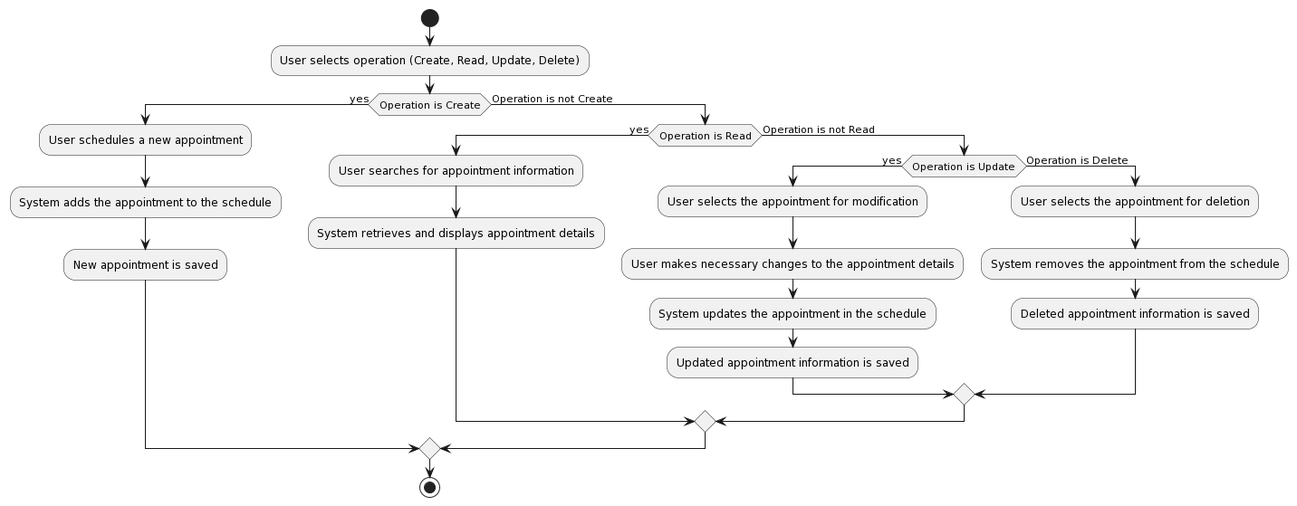
This is Lab1.2/ActivityDiagram/CRUD Appointment.png from baonehe/SE357-Pratice-class, a PlantUML export, as it was before one commit. Its diagram source:
```plantuml
@startuml
!define CRUD_APPOINTMENT <<(A,green) CRUD Appointment>>

start
:User selects operation (Create, Read, Update, Delete);
if (Operation is Create) then (yes)
  :User schedules a new appointment;
  :System adds the appointment to the schedule;
  :New appointment is saved;
else (Operation is not Create)
  if (Operation is Read) then (yes)
    :User searches for appointment information;
    :System retrieves and displays appointment details;
  else (Operation is not Read)
    if (Operation is Update) then (yes)
      :User selects the appointment for modification;
      :User makes necessary changes to the appointment details;
      :System updates the appointment in the schedule;
      :Updated appointment information is saved;
    else (Operation is Delete)
      :User selects the appointment for deletion;
      :System removes the appointment from the schedule;
      :Deleted appointment information is saved;
    endif
  endif
endif
stop
@enduml
```
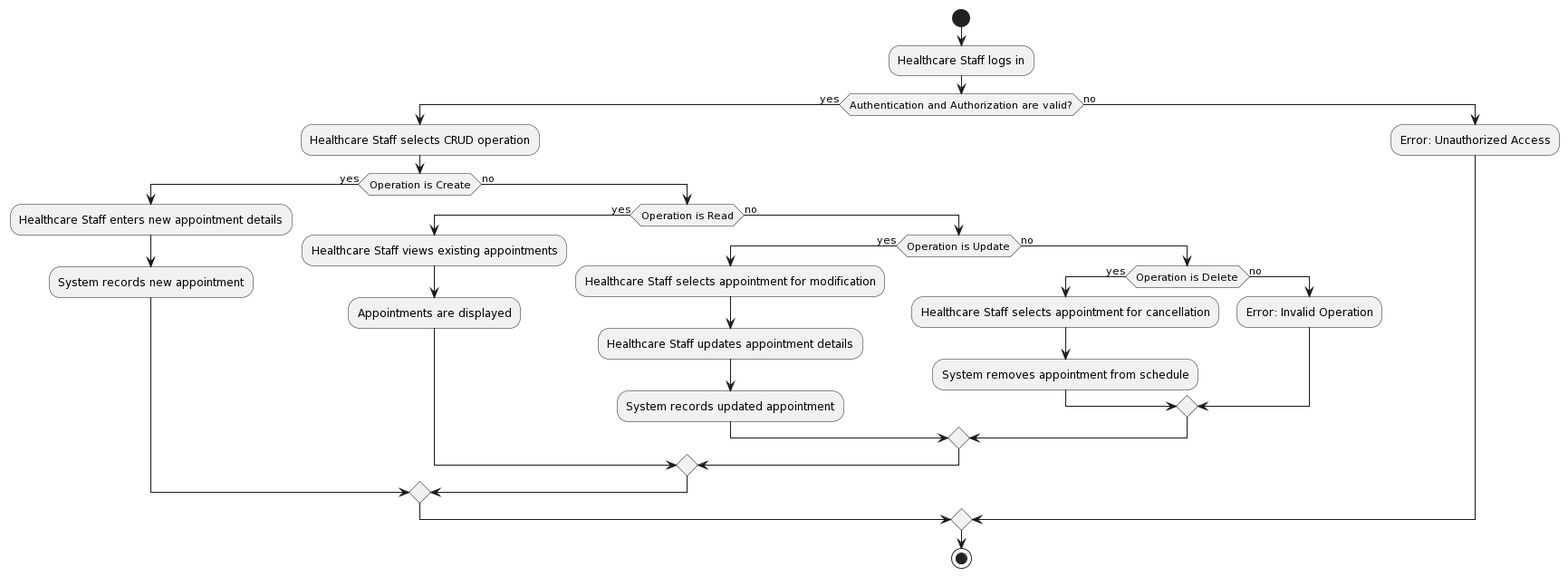
After the commit.

Diff of the diagram source:
```diff
@@ -1,28 +1,37 @@
 @startuml
-!define CRUD_APPOINTMENT <<(A,green) CRUD Appointment>>
+skinparam activity {
+  BackgroundColor<<crud>> LightYellow
+  BorderColor<<crud>> DarkOrange
+}
 
 start
-:User selects operation (Create, Read, Update, Delete);
-if (Operation is Create) then (yes)
-  :User schedules a new appointment;
-  :System adds the appointment to the schedule;
-  :New appointment is saved;
-else (Operation is not Create)
-  if (Operation is Read) then (yes)
-    :User searches for appointment information;
-    :System retrieves and displays appointment details;
-  else (Operation is not Read)
-    if (Operation is Update) then (yes)
-      :User selects the appointment for modification;
-      :User makes necessary changes to the appointment details;
-      :System updates the appointment in the schedule;
-      :Updated appointment information is saved;
-    else (Operation is Delete)
-      :User selects the appointment for deletion;
-      :System removes the appointment from the schedule;
-      :Deleted appointment information is saved;
+:Healthcare Staff logs in;
+if (Authentication and Authorization are valid?) then (yes)
+  :Healthcare Staff selects CRUD operation;
+  if (Operation is Create) then (yes)
+    :Healthcare Staff enters new appointment details;
+    :System records new appointment;
+  else (no)
+    if (Operation is Read) then (yes)
+      :Healthcare Staff views existing appointments;
+      :Appointments are displayed;
+    else (no)
+      if (Operation is Update) then (yes)
+        :Healthcare Staff selects appointment for modification;
+        :Healthcare Staff updates appointment details;
+        :System records updated appointment;
+      else (no)
+        if (Operation is Delete) then (yes)
+          :Healthcare Staff selects appointment for cancellation;
+          :System removes appointment from schedule;
+        else (no)
+          :Error: Invalid Operation;
+        endif
+      endif
     endif
   endif
+else (no)
+  :Error: Unauthorized Access;
 endif
 stop
 @enduml
```
